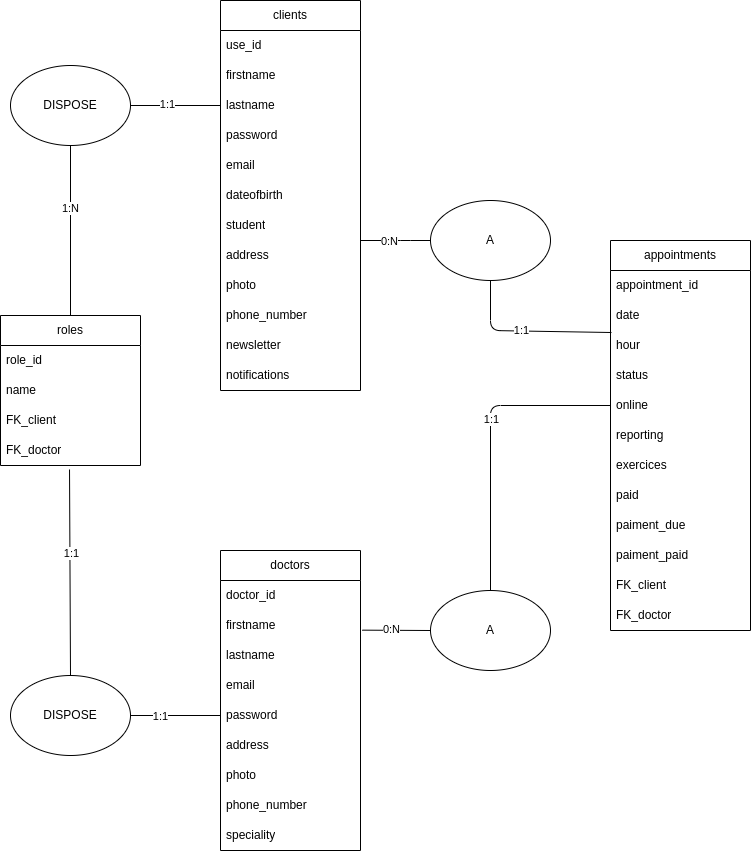
AlexSearha/KL-sophro-React-Back keeps this draw.io diagram as app/project_analysis/mld/model logique de données.png. Above is the earlier version. Source tidied: cells renumbered, new cells last; positions are measured from the earlier drawing's top-left corner, leaving out a move shared by most shapes.
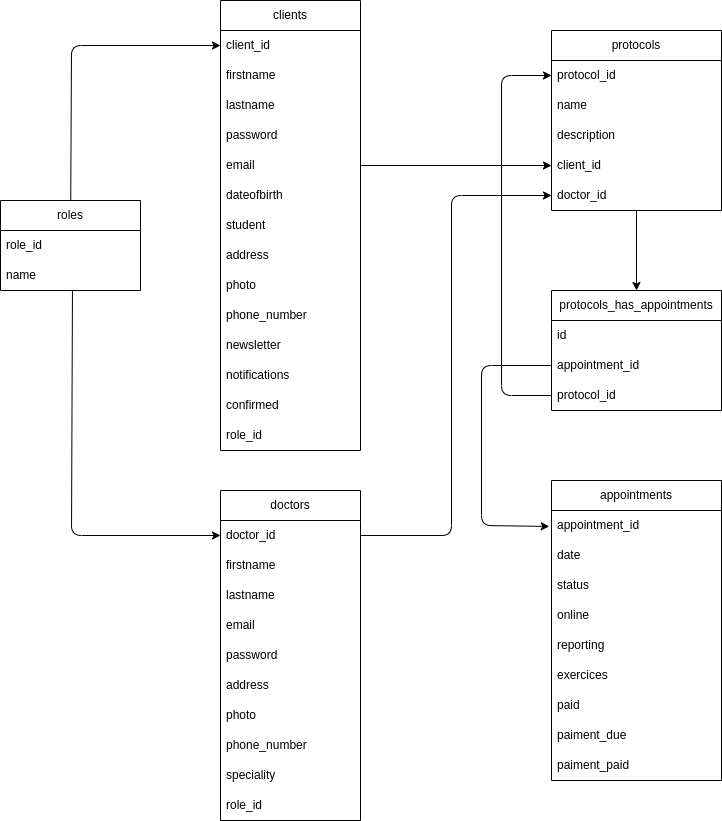
Above is the later version.

The edit, as a diff of the source:
```diff
@@ -3,9 +3,9 @@
     <mxCell id="0" />
     <mxCell id="1" parent="0" />
     <mxCell id="2" value="clients" style="swimlane;fontStyle=0;horizontal=1;startSize=30;whiteSpace=wrap;html=1;" parent="1" vertex="1">
-      <mxGeometry x="220" width="140" height="390" as="geometry" />
+      <mxGeometry x="220" width="140" height="450" as="geometry" />
     </mxCell>
-    <mxCell id="3" value="use_id" style="text;strokeColor=none;fillColor=none;align=left;verticalAlign=middle;spacingLeft=4;spacingRight=4;overflow=hidden;points=[[0,0.5],[1,0.5]];portConstraint=eastwest;whiteSpace=wrap;html=1;" parent="2" vertex="1">
+    <mxCell id="3" value="client_id" style="text;strokeColor=none;fillColor=none;align=left;verticalAlign=middle;spacingLeft=4;spacingRight=4;overflow=hidden;points=[[0,0.5],[1,0.5]];portConstraint=eastwest;whiteSpace=wrap;html=1;" parent="2" vertex="1">
       <mxGeometry y="30" width="140" height="30" as="geometry" />
     </mxCell>
     <mxCell id="4" value="firstname" style="text;strokeColor=none;fillColor=none;align=left;verticalAlign=middle;spacingLeft=4;spacingRight=4;overflow=hidden;whiteSpace=wrap;html=1;" parent="2" vertex="1">
@@ -41,8 +41,14 @@
     <mxCell id="14" value="notifications" style="text;strokeColor=none;fillColor=none;align=left;verticalAlign=middle;spacingLeft=4;spacingRight=4;overflow=hidden;whiteSpace=wrap;html=1;" parent="2" vertex="1">
       <mxGeometry y="360" width="140" height="30" as="geometry" />
     </mxCell>
+    <mxCell id="63" value="confirmed" style="text;strokeColor=none;fillColor=none;align=left;verticalAlign=middle;spacingLeft=4;spacingRight=4;overflow=hidden;whiteSpace=wrap;html=1;" parent="2" vertex="1">
+      <mxGeometry y="390" width="140" height="30" as="geometry" />
+    </mxCell>
+    <mxCell id="64" value="role_id" style="text;strokeColor=none;fillColor=none;align=left;verticalAlign=middle;spacingLeft=4;spacingRight=4;overflow=hidden;whiteSpace=wrap;html=1;" parent="2" vertex="1">
+      <mxGeometry y="420" width="140" height="30" as="geometry" />
+    </mxCell>
     <mxCell id="15" value="doctors" style="swimlane;fontStyle=0;horizontal=1;startSize=30;whiteSpace=wrap;html=1;" parent="1" vertex="1">
-      <mxGeometry x="220" y="550" width="140" height="300" as="geometry" />
+      <mxGeometry x="220" y="490" width="140" height="330" as="geometry" />
     </mxCell>
     <mxCell id="16" value="doctor_id" style="text;strokeColor=none;fillColor=none;align=left;verticalAlign=middle;spacingLeft=4;spacingRight=4;overflow=hidden;points=[[0,0.5],[1,0.5]];portConstraint=eastwest;whiteSpace=wrap;html=1;" parent="15" vertex="1">
       <mxGeometry y="30" width="140" height="30" as="geometry" />
@@ -71,47 +77,48 @@
     <mxCell id="24" value="speciality" style="text;strokeColor=none;fillColor=none;align=left;verticalAlign=middle;spacingLeft=4;spacingRight=4;overflow=hidden;whiteSpace=wrap;html=1;" parent="15" vertex="1">
       <mxGeometry y="270" width="140" height="30" as="geometry" />
     </mxCell>
+    <mxCell id="65" value="role_id" style="text;strokeColor=none;fillColor=none;align=left;verticalAlign=middle;spacingLeft=4;spacingRight=4;overflow=hidden;whiteSpace=wrap;html=1;" parent="15" vertex="1">
+      <mxGeometry y="300" width="140" height="30" as="geometry" />
+    </mxCell>
     <mxCell id="25" value="appointments" style="swimlane;fontStyle=0;horizontal=1;startSize=30;whiteSpace=wrap;html=1;" parent="1" vertex="1">
-      <mxGeometry x="610" y="240" width="140" height="390" as="geometry" />
+      <mxGeometry x="551" y="480" width="170" height="300" as="geometry" />
     </mxCell>
     <mxCell id="26" value="appointment_id" style="text;strokeColor=none;fillColor=none;align=left;verticalAlign=middle;spacingLeft=4;spacingRight=4;overflow=hidden;points=[[0,0.5],[1,0.5]];portConstraint=eastwest;whiteSpace=wrap;html=1;" parent="25" vertex="1">
-      <mxGeometry y="30" width="140" height="30" as="geometry" />
+      <mxGeometry y="30" width="170" height="30" as="geometry" />
     </mxCell>
     <mxCell id="27" value="date" style="text;strokeColor=none;fillColor=none;align=left;verticalAlign=middle;spacingLeft=4;spacingRight=4;overflow=hidden;whiteSpace=wrap;html=1;" parent="25" vertex="1">
-      <mxGeometry y="60" width="140" height="30" as="geometry" />
+      <mxGeometry y="60" width="170" height="30" as="geometry" />
     </mxCell>
-    <mxCell id="28" value="hour" style="text;strokeColor=none;fillColor=none;align=left;verticalAlign=middle;spacingLeft=4;spacingRight=4;overflow=hidden;points=[[0,0.5],[1,0.5]];portConstraint=eastwest;whiteSpace=wrap;html=1;" parent="25" vertex="1">
-      <mxGeometry y="90" width="140" height="30" as="geometry" />
-    </mxCell>
     <mxCell id="29" value="status" style="text;strokeColor=none;fillColor=none;align=left;verticalAlign=middle;spacingLeft=4;spacingRight=4;overflow=hidden;whiteSpace=wrap;html=1;" parent="25" vertex="1">
-      <mxGeometry y="120" width="140" height="30" as="geometry" />
+      <mxGeometry y="90" width="170" height="30" as="geometry" />
     </mxCell>
     <mxCell id="30" value="online" style="text;strokeColor=none;fillColor=none;align=left;verticalAlign=middle;spacingLeft=4;spacingRight=4;overflow=hidden;points=[[0,0.5],[1,0.5]];portConstraint=eastwest;whiteSpace=wrap;html=1;" parent="25" vertex="1">
-      <mxGeometry y="150" width="140" height="30" as="geometry" />
+      <mxGeometry y="120" width="170" height="30" as="geometry" />
     </mxCell>
     <mxCell id="31" value="reporting" style="text;strokeColor=none;fillColor=none;align=left;verticalAlign=middle;spacingLeft=4;spacingRight=4;overflow=hidden;whiteSpace=wrap;html=1;" parent="25" vertex="1">
-      <mxGeometry y="180" width="140" height="30" as="geometry" />
+      <mxGeometry y="150" width="170" height="30" as="geometry" />
     </mxCell>
     <mxCell id="32" value="exercices" style="text;strokeColor=none;fillColor=none;align=left;verticalAlign=middle;spacingLeft=4;spacingRight=4;overflow=hidden;whiteSpace=wrap;html=1;" parent="25" vertex="1">
-      <mxGeometry y="210" width="140" height="30" as="geometry" />
+      <mxGeometry y="180" width="170" height="30" as="geometry" />
     </mxCell>
     <mxCell id="33" value="paid" style="text;strokeColor=none;fillColor=none;align=left;verticalAlign=middle;spacingLeft=4;spacingRight=4;overflow=hidden;whiteSpace=wrap;html=1;" parent="25" vertex="1">
-      <mxGeometry y="240" width="140" height="30" as="geometry" />
+      <mxGeometry y="210" width="170" height="30" as="geometry" />
     </mxCell>
     <mxCell id="34" value="paiment_due" style="text;strokeColor=none;fillColor=none;align=left;verticalAlign=middle;spacingLeft=4;spacingRight=4;overflow=hidden;whiteSpace=wrap;html=1;" parent="25" vertex="1">
-      <mxGeometry y="270" width="140" height="30" as="geometry" />
+      <mxGeometry y="240" width="170" height="30" as="geometry" />
     </mxCell>
     <mxCell id="35" value="paiment_paid" style="text;strokeColor=none;fillColor=none;align=left;verticalAlign=middle;spacingLeft=4;spacingRight=4;overflow=hidden;whiteSpace=wrap;html=1;" parent="25" vertex="1">
-      <mxGeometry y="300" width="140" height="30" as="geometry" />
+      <mxGeometry y="270" width="170" height="30" as="geometry" />
     </mxCell>
-    <mxCell id="36" value="FK_client" style="text;strokeColor=none;fillColor=none;align=left;verticalAlign=middle;spacingLeft=4;spacingRight=4;overflow=hidden;whiteSpace=wrap;html=1;" parent="25" vertex="1">
-      <mxGeometry y="330" width="140" height="30" as="geometry" />
-    </mxCell>
-    <mxCell id="37" value="FK_doctor" style="text;strokeColor=none;fillColor=none;align=left;verticalAlign=middle;spacingLeft=4;spacingRight=4;overflow=hidden;whiteSpace=wrap;html=1;" parent="25" vertex="1">
-      <mxGeometry y="360" width="140" height="30" as="geometry" />
-    </mxCell>
+    <mxCell id="66" style="edgeStyle=none;html=1;entryX=0;entryY=0.5;entryDx=0;entryDy=0;" parent="1" edge="1" source="38" target="3">
+      <mxGeometry relative="1" as="geometry">
+        <Array as="points">
+          <mxPoint x="71" y="45" />
+        </Array>
+      </mxGeometry>
+    </mxCell>
     <mxCell id="38" value="roles" style="swimlane;fontStyle=0;horizontal=1;startSize=30;whiteSpace=wrap;html=1;" parent="1" vertex="1">
-      <mxGeometry y="315" width="140" height="150" as="geometry" />
+      <mxGeometry y="200" width="140" height="90" as="geometry" />
     </mxCell>
     <mxCell id="39" value="role_id" style="text;strokeColor=none;fillColor=none;align=left;verticalAlign=middle;spacingLeft=4;spacingRight=4;overflow=hidden;whiteSpace=wrap;html=1;" parent="38" vertex="1">
       <mxGeometry y="30" width="140" height="30" as="geometry" />
@@ -119,83 +126,74 @@
     <mxCell id="40" value="name" style="text;strokeColor=none;fillColor=none;align=left;verticalAlign=middle;spacingLeft=4;spacingRight=4;overflow=hidden;points=[[0,0.5],[1,0.5]];portConstraint=eastwest;whiteSpace=wrap;html=1;" parent="38" vertex="1">
       <mxGeometry y="60" width="140" height="30" as="geometry" />
     </mxCell>
-    <mxCell id="41" value="FK_client" style="text;strokeColor=none;fillColor=none;align=left;verticalAlign=middle;spacingLeft=4;spacingRight=4;overflow=hidden;whiteSpace=wrap;html=1;" parent="38" vertex="1">
-      <mxGeometry y="90" width="140" height="30" as="geometry" />
-    </mxCell>
-    <mxCell id="42" value="FK_doctor" style="text;strokeColor=none;fillColor=none;align=left;verticalAlign=middle;spacingLeft=4;spacingRight=4;overflow=hidden;points=[[0,0.5],[1,0.5]];portConstraint=eastwest;whiteSpace=wrap;html=1;" parent="38" vertex="1">
-      <mxGeometry y="120" width="140" height="30" as="geometry" />
-    </mxCell>
-    <mxCell id="43" style="edgeStyle=none;html=1;endArrow=none;endFill=0;entryX=0.007;entryY=0.067;entryDx=0;entryDy=0;entryPerimeter=0;" parent="1" edge="1" source="45" target="28">
-      <mxGeometry relative="1" as="geometry">
-        <Array as="points">
-          <mxPoint x="490" y="330" />
-        </Array>
-      </mxGeometry>
-    </mxCell>
-    <mxCell id="44" value="1:1" style="edgeLabel;html=1;align=center;verticalAlign=middle;" parent="43" vertex="1">
-      <mxGeometry x="-0.06" y="1" relative="1" as="geometry" />
-    </mxCell>
-    <mxCell id="45" value="A" style="ellipse;whiteSpace=wrap;html=1;" parent="1" vertex="1">
-      <mxGeometry x="430" y="200" width="120" height="80" as="geometry" />
-    </mxCell>
-    <mxCell id="46" style="edgeStyle=none;html=1;entryX=1.013;entryY=0.655;entryDx=0;entryDy=0;entryPerimeter=0;endArrow=none;endFill=0;" parent="1" edge="1" source="50" target="17">
-      <mxGeometry relative="1" as="geometry" />
-    </mxCell>
-    <mxCell id="47" value="0:N" style="edgeLabel;html=1;align=center;verticalAlign=middle;" parent="46" vertex="1">
-      <mxGeometry x="0.17" y="-1" relative="1" as="geometry" />
-    </mxCell>
-    <mxCell id="48" style="edgeStyle=none;html=1;endArrow=none;endFill=0;entryX=0;entryY=0.5;entryDx=0;entryDy=0;" parent="1" edge="1" source="50" target="30">
-      <mxGeometry relative="1" as="geometry">
-        <Array as="points">
-          <mxPoint x="490" y="405" />
-        </Array>
-      </mxGeometry>
-    </mxCell>
-    <mxCell id="49" value="1:1" style="edgeLabel;html=1;align=center;verticalAlign=middle;" parent="48" vertex="1">
-      <mxGeometry x="0.13" relative="1" as="geometry" />
-    </mxCell>
-    <mxCell id="50" value="A" style="ellipse;whiteSpace=wrap;html=1;" parent="1" vertex="1">
-      <mxGeometry x="430" y="590" width="120" height="80" as="geometry" />
-    </mxCell>
-    <mxCell id="51" style="edgeStyle=none;html=1;entryX=0;entryY=0.5;entryDx=0;entryDy=0;exitX=1;exitY=0;exitDx=0;exitDy=0;exitPerimeter=0;endArrow=none;endFill=0;" parent="1" edge="1" source="10" target="45">
-      <mxGeometry relative="1" as="geometry">
-        <Array as="points">
-          <mxPoint x="400" y="240" />
-        </Array>
-      </mxGeometry>
-    </mxCell>
-    <mxCell id="52" value="0:N" style="edgeLabel;html=1;align=center;verticalAlign=middle;" parent="51" vertex="1">
-      <mxGeometry x="-0.2" relative="1" as="geometry" />
-    </mxCell>
-    <mxCell id="53" style="edgeStyle=none;html=1;endArrow=none;endFill=0;entryX=0;entryY=0.5;entryDx=0;entryDy=0;" parent="1" edge="1" source="57" target="5">
-      <mxGeometry relative="1" as="geometry" />
-    </mxCell>
-    <mxCell id="54" value="1:1" style="edgeLabel;html=1;align=center;verticalAlign=middle;" parent="53" vertex="1">
-      <mxGeometry x="-0.18" y="2" relative="1" as="geometry" />
-    </mxCell>
-    <mxCell id="55" style="edgeStyle=none;html=1;entryX=0.5;entryY=0;entryDx=0;entryDy=0;endArrow=none;endFill=0;" parent="1" edge="1" source="57" target="38">
-      <mxGeometry relative="1" as="geometry" />
-    </mxCell>
-    <mxCell id="56" value="1:N" style="edgeLabel;html=1;align=center;verticalAlign=middle;" parent="55" vertex="1">
-      <mxGeometry x="-0.27" y="-1" relative="1" as="geometry" />
-    </mxCell>
-    <mxCell id="57" value="DISPOSE" style="ellipse;whiteSpace=wrap;html=1;" parent="1" vertex="1">
-      <mxGeometry x="10" y="65" width="120" height="80" as="geometry" />
-    </mxCell>
-    <mxCell id="58" style="edgeStyle=none;html=1;endArrow=none;endFill=0;entryX=0.493;entryY=1.133;entryDx=0;entryDy=0;entryPerimeter=0;" parent="1" edge="1" source="62" target="42">
-      <mxGeometry relative="1" as="geometry" />
-    </mxCell>
-    <mxCell id="59" value="1:1" style="edgeLabel;html=1;align=center;verticalAlign=middle;" parent="58" vertex="1">
-      <mxGeometry x="0.18" y="-1" relative="1" as="geometry" />
-    </mxCell>
-    <mxCell id="60" style="edgeStyle=none;html=1;entryX=0;entryY=0.5;entryDx=0;entryDy=0;endArrow=none;endFill=0;" parent="1" edge="1" source="62" target="20">
-      <mxGeometry relative="1" as="geometry" />
-    </mxCell>
-    <mxCell id="61" value="1:1" style="edgeLabel;html=1;align=center;verticalAlign=middle;" parent="60" vertex="1">
-      <mxGeometry x="-0.35" relative="1" as="geometry" />
-    </mxCell>
-    <mxCell id="62" value="DISPOSE" style="ellipse;whiteSpace=wrap;html=1;" parent="1" vertex="1">
-      <mxGeometry x="10" y="675" width="120" height="80" as="geometry" />
-    </mxCell>
+    <mxCell id="67" value="protocols" style="swimlane;fontStyle=0;horizontal=1;startSize=30;whiteSpace=wrap;html=1;" parent="1" vertex="1">
+      <mxGeometry x="551" y="30" width="170" height="180" as="geometry" />
+    </mxCell>
+    <mxCell id="68" value="protocol_id" style="text;strokeColor=none;fillColor=none;align=left;verticalAlign=middle;spacingLeft=4;spacingRight=4;overflow=hidden;whiteSpace=wrap;html=1;" parent="67" vertex="1">
+      <mxGeometry y="30" width="170" height="30" as="geometry" />
+    </mxCell>
+    <mxCell id="69" value="name" style="text;strokeColor=none;fillColor=none;align=left;verticalAlign=middle;spacingLeft=4;spacingRight=4;overflow=hidden;whiteSpace=wrap;html=1;" parent="67" vertex="1">
+      <mxGeometry y="60" width="170" height="30" as="geometry" />
+    </mxCell>
+    <mxCell id="70" value="description" style="text;strokeColor=none;fillColor=none;align=left;verticalAlign=middle;spacingLeft=4;spacingRight=4;overflow=hidden;whiteSpace=wrap;html=1;" parent="67" vertex="1">
+      <mxGeometry y="90" width="170" height="30" as="geometry" />
+    </mxCell>
+    <mxCell id="71" value="client_id" style="text;strokeColor=none;fillColor=none;align=left;verticalAlign=middle;spacingLeft=4;spacingRight=4;overflow=hidden;points=[[0,0.5],[1,0.5]];portConstraint=eastwest;whiteSpace=wrap;html=1;" parent="67" vertex="1">
+      <mxGeometry y="120" width="170" height="30" as="geometry" />
+    </mxCell>
+    <mxCell id="72" value="doctor_id" style="text;strokeColor=none;fillColor=none;align=left;verticalAlign=middle;spacingLeft=4;spacingRight=4;overflow=hidden;points=[[0,0.5],[1,0.5]];portConstraint=eastwest;whiteSpace=wrap;html=1;" parent="67" vertex="1">
+      <mxGeometry y="150" width="170" height="30" as="geometry" />
+    </mxCell>
+    <mxCell id="73" value="protocols_has_appointments" style="swimlane;fontStyle=0;horizontal=1;startSize=30;whiteSpace=wrap;html=1;" parent="1" vertex="1">
+      <mxGeometry x="551" y="290" width="170" height="120" as="geometry" />
+    </mxCell>
+    <mxCell id="74" value="id" style="text;strokeColor=none;fillColor=none;align=left;verticalAlign=middle;spacingLeft=4;spacingRight=4;overflow=hidden;whiteSpace=wrap;html=1;" parent="73" vertex="1">
+      <mxGeometry y="30" width="170" height="30" as="geometry" />
+    </mxCell>
+    <mxCell id="75" value="appointment_id" style="text;strokeColor=none;fillColor=none;align=left;verticalAlign=middle;spacingLeft=4;spacingRight=4;overflow=hidden;points=[[0,0.5],[1,0.5]];portConstraint=eastwest;whiteSpace=wrap;html=1;" parent="73" vertex="1">
+      <mxGeometry y="60" width="170" height="30" as="geometry" />
+    </mxCell>
+    <mxCell id="76" value="protocol_id" style="text;strokeColor=none;fillColor=none;align=left;verticalAlign=middle;spacingLeft=4;spacingRight=4;overflow=hidden;points=[[0,0.5],[1,0.5]];portConstraint=eastwest;whiteSpace=wrap;html=1;" parent="73" vertex="1">
+      <mxGeometry y="90" width="170" height="30" as="geometry" />
+    </mxCell>
+    <mxCell id="77" style="edgeStyle=none;html=1;entryX=0;entryY=0.5;entryDx=0;entryDy=0;exitX=0.514;exitY=1.005;exitDx=0;exitDy=0;exitPerimeter=0;" parent="1" edge="1" source="40" target="16">
+      <mxGeometry relative="1" as="geometry">
+        <Array as="points">
+          <mxPoint x="71" y="535" />
+        </Array>
+      </mxGeometry>
+    </mxCell>
+    <mxCell id="78" style="edgeStyle=none;html=1;entryX=0;entryY=0.5;entryDx=0;entryDy=0;exitX=1;exitY=0.5;exitDx=0;exitDy=0;" parent="1" edge="1" source="16" target="72">
+      <mxGeometry relative="1" as="geometry">
+        <Array as="points">
+          <mxPoint x="451" y="535" />
+          <mxPoint x="451" y="195" />
+        </Array>
+      </mxGeometry>
+    </mxCell>
+    <mxCell id="79" style="edgeStyle=none;html=1;entryX=0.5;entryY=0;entryDx=0;entryDy=0;" parent="1" edge="1" target="73">
+      <mxGeometry relative="1" as="geometry">
+        <mxPoint x="636" y="210" as="sourcePoint" />
+      </mxGeometry>
+    </mxCell>
+    <mxCell id="80" style="edgeStyle=none;html=1;entryX=0;entryY=0.5;entryDx=0;entryDy=0;" parent="1" edge="1" source="7" target="71">
+      <mxGeometry relative="1" as="geometry" />
+    </mxCell>
+    <mxCell id="81" style="edgeStyle=none;html=1;entryX=-0.013;entryY=0.531;entryDx=0;entryDy=0;entryPerimeter=0;" parent="1" edge="1" source="75" target="26">
+      <mxGeometry relative="1" as="geometry">
+        <Array as="points">
+          <mxPoint x="481" y="365" />
+          <mxPoint x="481" y="525" />
+        </Array>
+      </mxGeometry>
+    </mxCell>
+    <mxCell id="82" style="edgeStyle=none;html=1;entryX=0;entryY=0.25;entryDx=0;entryDy=0;" parent="1" edge="1" source="76" target="67">
+      <mxGeometry relative="1" as="geometry">
+        <Array as="points">
+          <mxPoint x="501" y="395" />
+          <mxPoint x="501" y="75" />
+        </Array>
+      </mxGeometry>
+    </mxCell>
   </root>
 </mxGraphModel>
```
